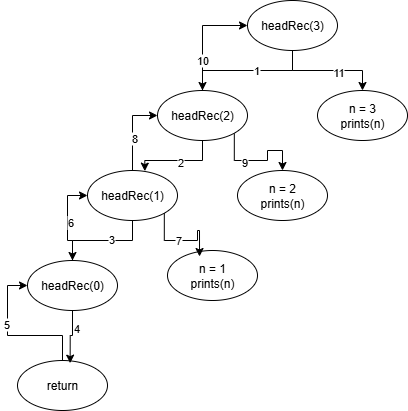
Before: day_05_Recursion/Images/example3.png, a diagram exported from draw.io (JogulaVam/DataStructures). Source tidied: cells renumbered, new cells last; positions are measured from the earlier drawing's top-left corner, leaving out a move shared by most shapes. Its diagram source:
```xml
<mxGraphModel>
  <root>
    <mxCell id="0" />
    <mxCell id="1" parent="0" />
    <mxCell id="2" style="edgeStyle=orthogonalEdgeStyle;rounded=0;jettySize=auto;html=1;entryX=0.5;entryY=0;entryDx=0;entryDy=0;" parent="1" edge="1" source="6" target="11">
      <mxGeometry relative="1" as="geometry" />
    </mxCell>
    <mxCell id="3" value="1" style="edgeLabel;html=1;align=center;verticalAlign=middle;" parent="2" vertex="1">
      <mxGeometry x="-0.12" y="-1" relative="1" as="geometry" />
    </mxCell>
    <mxCell id="4" style="edgeStyle=orthogonalEdgeStyle;rounded=0;jettySize=auto;html=1;" parent="1" edge="1" source="6" target="25">
      <mxGeometry relative="1" as="geometry" />
    </mxCell>
    <mxCell id="5" value="11" style="edgeLabel;html=1;align=center;verticalAlign=middle;" parent="4" vertex="1">
      <mxGeometry x="0.18" y="-1" relative="1" as="geometry" />
    </mxCell>
    <mxCell id="6" value="headRec(3)" style="ellipse;whiteSpace=wrap;html=1;" parent="1" vertex="1">
      <mxGeometry x="230" width="90" height="50" as="geometry" />
    </mxCell>
    <mxCell id="7" style="edgeStyle=orthogonalEdgeStyle;rounded=0;jettySize=auto;html=1;exitX=1;exitY=1;exitDx=0;exitDy=0;" parent="1" edge="1" source="11" target="24">
      <mxGeometry relative="1" as="geometry" />
    </mxCell>
    <mxCell id="8" value="9" style="edgeLabel;html=1;align=center;verticalAlign=middle;" parent="7" vertex="1">
      <mxGeometry x="-0.31" y="-1" relative="1" as="geometry" />
    </mxCell>
    <mxCell id="9" style="edgeStyle=orthogonalEdgeStyle;rounded=0;jettySize=auto;html=1;entryX=0;entryY=0.5;entryDx=0;entryDy=0;" parent="1" edge="1" source="11" target="6">
      <mxGeometry relative="1" as="geometry" />
    </mxCell>
    <mxCell id="10" value="10" style="edgeLabel;html=1;align=center;verticalAlign=middle;" parent="9" vertex="1">
      <mxGeometry x="-0.44" y="1" relative="1" as="geometry" />
    </mxCell>
    <mxCell id="11" value="headRec(2)" style="ellipse;whiteSpace=wrap;html=1;" parent="1" vertex="1">
      <mxGeometry x="140" y="90" width="90" height="50" as="geometry" />
    </mxCell>
    <mxCell id="12" style="edgeStyle=orthogonalEdgeStyle;rounded=0;jettySize=auto;html=1;entryX=0.5;entryY=0;entryDx=0;entryDy=0;" parent="1" edge="1" source="16" target="19">
      <mxGeometry relative="1" as="geometry" />
    </mxCell>
    <mxCell id="13" value="3" style="edgeLabel;html=1;align=center;verticalAlign=middle;" parent="12" vertex="1">
      <mxGeometry x="-0.16" y="-2" relative="1" as="geometry" />
    </mxCell>
    <mxCell id="14" style="edgeStyle=orthogonalEdgeStyle;rounded=0;jettySize=auto;html=1;entryX=0;entryY=0.5;entryDx=0;entryDy=0;" parent="1" edge="1" source="16" target="11">
      <mxGeometry relative="1" as="geometry" />
    </mxCell>
    <mxCell id="15" value="8" style="edgeLabel;html=1;align=center;verticalAlign=middle;" parent="14" vertex="1">
      <mxGeometry x="-0.17" y="-1" relative="1" as="geometry" />
    </mxCell>
    <mxCell id="16" value="headRec(1)" style="ellipse;whiteSpace=wrap;html=1;" parent="1" vertex="1">
      <mxGeometry x="70" y="170" width="90" height="50" as="geometry" />
    </mxCell>
    <mxCell id="17" style="edgeStyle=orthogonalEdgeStyle;rounded=0;jettySize=auto;html=1;entryX=0;entryY=0.5;entryDx=0;entryDy=0;" parent="1" edge="1" source="19" target="16">
      <mxGeometry relative="1" as="geometry" />
    </mxCell>
    <mxCell id="18" value="6" style="edgeLabel;html=1;align=center;verticalAlign=middle;" parent="17" vertex="1">
      <mxGeometry x="-0.02" y="-2" relative="1" as="geometry" />
    </mxCell>
    <mxCell id="19" value="headRec(0)" style="ellipse;whiteSpace=wrap;html=1;" parent="1" vertex="1">
      <mxGeometry x="10" y="260" width="90" height="50" as="geometry" />
    </mxCell>
    <mxCell id="20" style="edgeStyle=orthogonalEdgeStyle;rounded=0;jettySize=auto;html=1;entryX=0;entryY=0.5;entryDx=0;entryDy=0;" parent="1" edge="1" source="22" target="19">
      <mxGeometry relative="1" as="geometry" />
    </mxCell>
    <mxCell id="21" value="5" style="edgeLabel;html=1;align=center;verticalAlign=middle;" parent="20" vertex="1">
      <mxGeometry x="0.23" y="2" relative="1" as="geometry" />
    </mxCell>
    <mxCell id="22" value="return" style="ellipse;whiteSpace=wrap;html=1;" parent="1" vertex="1">
      <mxGeometry y="360" width="90" height="50" as="geometry" />
    </mxCell>
    <mxCell id="23" value="n = 1&lt;div&gt;prints(n)&lt;/div&gt;" style="ellipse;whiteSpace=wrap;html=1;" parent="1" vertex="1">
      <mxGeometry x="150" y="250" width="90" height="50" as="geometry" />
    </mxCell>
    <mxCell id="24" value="n = 2&lt;div&gt;prints(n)&lt;/div&gt;" style="ellipse;whiteSpace=wrap;html=1;" parent="1" vertex="1">
      <mxGeometry x="220" y="170" width="90" height="50" as="geometry" />
    </mxCell>
    <mxCell id="25" value="n = 3&lt;div&gt;prints(n)&lt;/div&gt;" style="ellipse;whiteSpace=wrap;html=1;" parent="1" vertex="1">
      <mxGeometry x="300" y="90" width="90" height="50" as="geometry" />
    </mxCell>
    <mxCell id="26" style="edgeStyle=orthogonalEdgeStyle;rounded=0;jettySize=auto;html=1;entryX=0.637;entryY=0.013;entryDx=0;entryDy=0;entryPerimeter=0;" parent="1" edge="1" source="11" target="16">
      <mxGeometry relative="1" as="geometry" />
    </mxCell>
    <mxCell id="27" value="2" style="edgeLabel;html=1;align=center;verticalAlign=middle;" parent="26" vertex="1">
      <mxGeometry x="-0.03" y="1" relative="1" as="geometry" />
    </mxCell>
    <mxCell id="28" style="edgeStyle=orthogonalEdgeStyle;rounded=0;jettySize=auto;html=1;entryX=0.585;entryY=0.053;entryDx=0;entryDy=0;entryPerimeter=0;" parent="1" edge="1" source="19" target="22">
      <mxGeometry relative="1" as="geometry" />
    </mxCell>
    <mxCell id="29" value="4" style="edgeLabel;html=1;align=center;verticalAlign=middle;" parent="28" vertex="1">
      <mxGeometry x="-0.38" y="3" relative="1" as="geometry" />
    </mxCell>
    <mxCell id="30" style="edgeStyle=orthogonalEdgeStyle;rounded=0;jettySize=auto;html=1;exitX=1;exitY=1;exitDx=0;exitDy=0;entryX=0.356;entryY=0.12;entryDx=0;entryDy=0;entryPerimeter=0;" parent="1" edge="1" source="16" target="23">
      <mxGeometry relative="1" as="geometry" />
    </mxCell>
    <mxCell id="31" value="7" style="edgeLabel;html=1;align=center;verticalAlign=middle;" parent="30" vertex="1">
      <mxGeometry x="-0.18" y="1" relative="1" as="geometry" />
    </mxCell>
  </root>
</mxGraphModel>
```
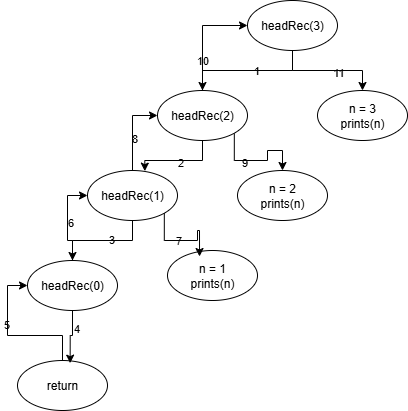
Above is the later version.

What changed in the source:
```diff
@@ -2,94 +2,94 @@
   <root>
     <mxCell id="0" />
     <mxCell id="1" parent="0" />
-    <mxCell id="2" style="edgeStyle=orthogonalEdgeStyle;rounded=0;jettySize=auto;html=1;entryX=0.5;entryY=0;entryDx=0;entryDy=0;" parent="1" edge="1" source="6" target="11">
+    <mxCell id="2" style="edgeStyle=orthogonalEdgeStyle;rounded=0;jettySize=auto;html=1;entryX=0.5;entryY=0;entryDx=0;entryDy=0;labelBackgroundColor=none;fontColor=default;" parent="1" edge="1" source="6" target="11">
       <mxGeometry relative="1" as="geometry" />
     </mxCell>
-    <mxCell id="3" value="1" style="edgeLabel;html=1;align=center;verticalAlign=middle;" parent="2" vertex="1">
+    <mxCell id="3" value="1" style="edgeLabel;html=1;align=center;verticalAlign=middle;labelBackgroundColor=none;" parent="2" vertex="1">
       <mxGeometry x="-0.12" y="-1" relative="1" as="geometry" />
     </mxCell>
-    <mxCell id="4" style="edgeStyle=orthogonalEdgeStyle;rounded=0;jettySize=auto;html=1;" parent="1" edge="1" source="6" target="25">
+    <mxCell id="4" style="edgeStyle=orthogonalEdgeStyle;rounded=0;jettySize=auto;html=1;labelBackgroundColor=none;fontColor=default;" parent="1" edge="1" source="6" target="25">
       <mxGeometry relative="1" as="geometry" />
     </mxCell>
-    <mxCell id="5" value="11" style="edgeLabel;html=1;align=center;verticalAlign=middle;" parent="4" vertex="1">
+    <mxCell id="5" value="11" style="edgeLabel;html=1;align=center;verticalAlign=middle;labelBackgroundColor=none;" parent="4" vertex="1">
       <mxGeometry x="0.18" y="-1" relative="1" as="geometry" />
     </mxCell>
-    <mxCell id="6" value="headRec(3)" style="ellipse;whiteSpace=wrap;html=1;" parent="1" vertex="1">
+    <mxCell id="6" value="headRec(3)" style="ellipse;whiteSpace=wrap;html=1;labelBackgroundColor=none;" parent="1" vertex="1">
       <mxGeometry x="230" width="90" height="50" as="geometry" />
     </mxCell>
-    <mxCell id="7" style="edgeStyle=orthogonalEdgeStyle;rounded=0;jettySize=auto;html=1;exitX=1;exitY=1;exitDx=0;exitDy=0;" parent="1" edge="1" source="11" target="24">
+    <mxCell id="7" style="edgeStyle=orthogonalEdgeStyle;rounded=0;jettySize=auto;html=1;exitX=1;exitY=1;exitDx=0;exitDy=0;labelBackgroundColor=none;fontColor=default;" parent="1" edge="1" source="11" target="24">
       <mxGeometry relative="1" as="geometry" />
     </mxCell>
-    <mxCell id="8" value="9" style="edgeLabel;html=1;align=center;verticalAlign=middle;" parent="7" vertex="1">
+    <mxCell id="8" value="9" style="edgeLabel;html=1;align=center;verticalAlign=middle;labelBackgroundColor=none;" parent="7" vertex="1">
       <mxGeometry x="-0.31" y="-1" relative="1" as="geometry" />
     </mxCell>
-    <mxCell id="9" style="edgeStyle=orthogonalEdgeStyle;rounded=0;jettySize=auto;html=1;entryX=0;entryY=0.5;entryDx=0;entryDy=0;" parent="1" edge="1" source="11" target="6">
+    <mxCell id="9" style="edgeStyle=orthogonalEdgeStyle;rounded=0;jettySize=auto;html=1;entryX=0;entryY=0.5;entryDx=0;entryDy=0;labelBackgroundColor=none;fontColor=default;" parent="1" edge="1" source="11" target="6">
       <mxGeometry relative="1" as="geometry" />
     </mxCell>
-    <mxCell id="10" value="10" style="edgeLabel;html=1;align=center;verticalAlign=middle;" parent="9" vertex="1">
+    <mxCell id="10" value="10" style="edgeLabel;html=1;align=center;verticalAlign=middle;labelBackgroundColor=none;" parent="9" vertex="1">
       <mxGeometry x="-0.44" y="1" relative="1" as="geometry" />
     </mxCell>
-    <mxCell id="11" value="headRec(2)" style="ellipse;whiteSpace=wrap;html=1;" parent="1" vertex="1">
+    <mxCell id="11" value="headRec(2)" style="ellipse;whiteSpace=wrap;html=1;labelBackgroundColor=none;" parent="1" vertex="1">
       <mxGeometry x="140" y="90" width="90" height="50" as="geometry" />
     </mxCell>
-    <mxCell id="12" style="edgeStyle=orthogonalEdgeStyle;rounded=0;jettySize=auto;html=1;entryX=0.5;entryY=0;entryDx=0;entryDy=0;" parent="1" edge="1" source="16" target="19">
+    <mxCell id="12" style="edgeStyle=orthogonalEdgeStyle;rounded=0;jettySize=auto;html=1;entryX=0.5;entryY=0;entryDx=0;entryDy=0;labelBackgroundColor=none;fontColor=default;" parent="1" edge="1" source="16" target="19">
       <mxGeometry relative="1" as="geometry" />
     </mxCell>
-    <mxCell id="13" value="3" style="edgeLabel;html=1;align=center;verticalAlign=middle;" parent="12" vertex="1">
+    <mxCell id="13" value="3" style="edgeLabel;html=1;align=center;verticalAlign=middle;labelBackgroundColor=none;" parent="12" vertex="1">
       <mxGeometry x="-0.16" y="-2" relative="1" as="geometry" />
     </mxCell>
-    <mxCell id="14" style="edgeStyle=orthogonalEdgeStyle;rounded=0;jettySize=auto;html=1;entryX=0;entryY=0.5;entryDx=0;entryDy=0;" parent="1" edge="1" source="16" target="11">
+    <mxCell id="14" style="edgeStyle=orthogonalEdgeStyle;rounded=0;jettySize=auto;html=1;entryX=0;entryY=0.5;entryDx=0;entryDy=0;labelBackgroundColor=none;fontColor=default;" parent="1" edge="1" source="16" target="11">
       <mxGeometry relative="1" as="geometry" />
     </mxCell>
-    <mxCell id="15" value="8" style="edgeLabel;html=1;align=center;verticalAlign=middle;" parent="14" vertex="1">
+    <mxCell id="15" value="8" style="edgeLabel;html=1;align=center;verticalAlign=middle;labelBackgroundColor=none;" parent="14" vertex="1">
       <mxGeometry x="-0.17" y="-1" relative="1" as="geometry" />
     </mxCell>
-    <mxCell id="16" value="headRec(1)" style="ellipse;whiteSpace=wrap;html=1;" parent="1" vertex="1">
+    <mxCell id="16" value="headRec(1)" style="ellipse;whiteSpace=wrap;html=1;labelBackgroundColor=none;" parent="1" vertex="1">
       <mxGeometry x="70" y="170" width="90" height="50" as="geometry" />
     </mxCell>
-    <mxCell id="17" style="edgeStyle=orthogonalEdgeStyle;rounded=0;jettySize=auto;html=1;entryX=0;entryY=0.5;entryDx=0;entryDy=0;" parent="1" edge="1" source="19" target="16">
+    <mxCell id="17" style="edgeStyle=orthogonalEdgeStyle;rounded=0;jettySize=auto;html=1;entryX=0;entryY=0.5;entryDx=0;entryDy=0;labelBackgroundColor=none;fontColor=default;" parent="1" edge="1" source="19" target="16">
       <mxGeometry relative="1" as="geometry" />
     </mxCell>
-    <mxCell id="18" value="6" style="edgeLabel;html=1;align=center;verticalAlign=middle;" parent="17" vertex="1">
+    <mxCell id="18" value="6" style="edgeLabel;html=1;align=center;verticalAlign=middle;labelBackgroundColor=none;" parent="17" vertex="1">
       <mxGeometry x="-0.02" y="-2" relative="1" as="geometry" />
     </mxCell>
-    <mxCell id="19" value="headRec(0)" style="ellipse;whiteSpace=wrap;html=1;" parent="1" vertex="1">
+    <mxCell id="19" value="headRec(0)" style="ellipse;whiteSpace=wrap;html=1;labelBackgroundColor=none;" parent="1" vertex="1">
       <mxGeometry x="10" y="260" width="90" height="50" as="geometry" />
     </mxCell>
-    <mxCell id="20" style="edgeStyle=orthogonalEdgeStyle;rounded=0;jettySize=auto;html=1;entryX=0;entryY=0.5;entryDx=0;entryDy=0;" parent="1" edge="1" source="22" target="19">
+    <mxCell id="20" style="edgeStyle=orthogonalEdgeStyle;rounded=0;jettySize=auto;html=1;entryX=0;entryY=0.5;entryDx=0;entryDy=0;labelBackgroundColor=none;fontColor=default;" parent="1" edge="1" source="22" target="19">
       <mxGeometry relative="1" as="geometry" />
     </mxCell>
-    <mxCell id="21" value="5" style="edgeLabel;html=1;align=center;verticalAlign=middle;" parent="20" vertex="1">
+    <mxCell id="21" value="5" style="edgeLabel;html=1;align=center;verticalAlign=middle;labelBackgroundColor=none;" parent="20" vertex="1">
       <mxGeometry x="0.23" y="2" relative="1" as="geometry" />
     </mxCell>
-    <mxCell id="22" value="return" style="ellipse;whiteSpace=wrap;html=1;" parent="1" vertex="1">
+    <mxCell id="22" value="return" style="ellipse;whiteSpace=wrap;html=1;labelBackgroundColor=none;" parent="1" vertex="1">
       <mxGeometry y="360" width="90" height="50" as="geometry" />
     </mxCell>
-    <mxCell id="23" value="n = 1&lt;div&gt;prints(n)&lt;/div&gt;" style="ellipse;whiteSpace=wrap;html=1;" parent="1" vertex="1">
+    <mxCell id="23" value="n = 1&lt;div&gt;prints(n)&lt;/div&gt;" style="ellipse;whiteSpace=wrap;html=1;labelBackgroundColor=none;" parent="1" vertex="1">
       <mxGeometry x="150" y="250" width="90" height="50" as="geometry" />
     </mxCell>
-    <mxCell id="24" value="n = 2&lt;div&gt;prints(n)&lt;/div&gt;" style="ellipse;whiteSpace=wrap;html=1;" parent="1" vertex="1">
+    <mxCell id="24" value="n = 2&lt;div&gt;prints(n)&lt;/div&gt;" style="ellipse;whiteSpace=wrap;html=1;labelBackgroundColor=none;" parent="1" vertex="1">
       <mxGeometry x="220" y="170" width="90" height="50" as="geometry" />
     </mxCell>
-    <mxCell id="25" value="n = 3&lt;div&gt;prints(n)&lt;/div&gt;" style="ellipse;whiteSpace=wrap;html=1;" parent="1" vertex="1">
+    <mxCell id="25" value="n = 3&lt;div&gt;prints(n)&lt;/div&gt;" style="ellipse;whiteSpace=wrap;html=1;labelBackgroundColor=none;" parent="1" vertex="1">
       <mxGeometry x="300" y="90" width="90" height="50" as="geometry" />
     </mxCell>
-    <mxCell id="26" style="edgeStyle=orthogonalEdgeStyle;rounded=0;jettySize=auto;html=1;entryX=0.637;entryY=0.013;entryDx=0;entryDy=0;entryPerimeter=0;" parent="1" edge="1" source="11" target="16">
+    <mxCell id="26" style="edgeStyle=orthogonalEdgeStyle;rounded=0;jettySize=auto;html=1;entryX=0.637;entryY=0.013;entryDx=0;entryDy=0;entryPerimeter=0;labelBackgroundColor=none;fontColor=default;" parent="1" edge="1" source="11" target="16">
       <mxGeometry relative="1" as="geometry" />
     </mxCell>
-    <mxCell id="27" value="2" style="edgeLabel;html=1;align=center;verticalAlign=middle;" parent="26" vertex="1">
+    <mxCell id="27" value="2" style="edgeLabel;html=1;align=center;verticalAlign=middle;labelBackgroundColor=none;" parent="26" vertex="1">
       <mxGeometry x="-0.03" y="1" relative="1" as="geometry" />
     </mxCell>
-    <mxCell id="28" style="edgeStyle=orthogonalEdgeStyle;rounded=0;jettySize=auto;html=1;entryX=0.585;entryY=0.053;entryDx=0;entryDy=0;entryPerimeter=0;" parent="1" edge="1" source="19" target="22">
+    <mxCell id="28" style="edgeStyle=orthogonalEdgeStyle;rounded=0;jettySize=auto;html=1;entryX=0.585;entryY=0.053;entryDx=0;entryDy=0;entryPerimeter=0;labelBackgroundColor=none;fontColor=default;" parent="1" edge="1" source="19" target="22">
       <mxGeometry relative="1" as="geometry" />
     </mxCell>
-    <mxCell id="29" value="4" style="edgeLabel;html=1;align=center;verticalAlign=middle;" parent="28" vertex="1">
+    <mxCell id="29" value="4" style="edgeLabel;html=1;align=center;verticalAlign=middle;labelBackgroundColor=none;" parent="28" vertex="1">
       <mxGeometry x="-0.38" y="3" relative="1" as="geometry" />
     </mxCell>
-    <mxCell id="30" style="edgeStyle=orthogonalEdgeStyle;rounded=0;jettySize=auto;html=1;exitX=1;exitY=1;exitDx=0;exitDy=0;entryX=0.356;entryY=0.12;entryDx=0;entryDy=0;entryPerimeter=0;" parent="1" edge="1" source="16" target="23">
+    <mxCell id="30" style="edgeStyle=orthogonalEdgeStyle;rounded=0;jettySize=auto;html=1;exitX=1;exitY=1;exitDx=0;exitDy=0;entryX=0.356;entryY=0.12;entryDx=0;entryDy=0;entryPerimeter=0;labelBackgroundColor=none;fontColor=default;" parent="1" edge="1" source="16" target="23">
       <mxGeometry relative="1" as="geometry" />
     </mxCell>
-    <mxCell id="31" value="7" style="edgeLabel;html=1;align=center;verticalAlign=middle;" parent="30" vertex="1">
+    <mxCell id="31" value="7" style="edgeLabel;html=1;align=center;verticalAlign=middle;labelBackgroundColor=none;" parent="30" vertex="1">
       <mxGeometry x="-0.18" y="1" relative="1" as="geometry" />
     </mxCell>
   </root>
```
